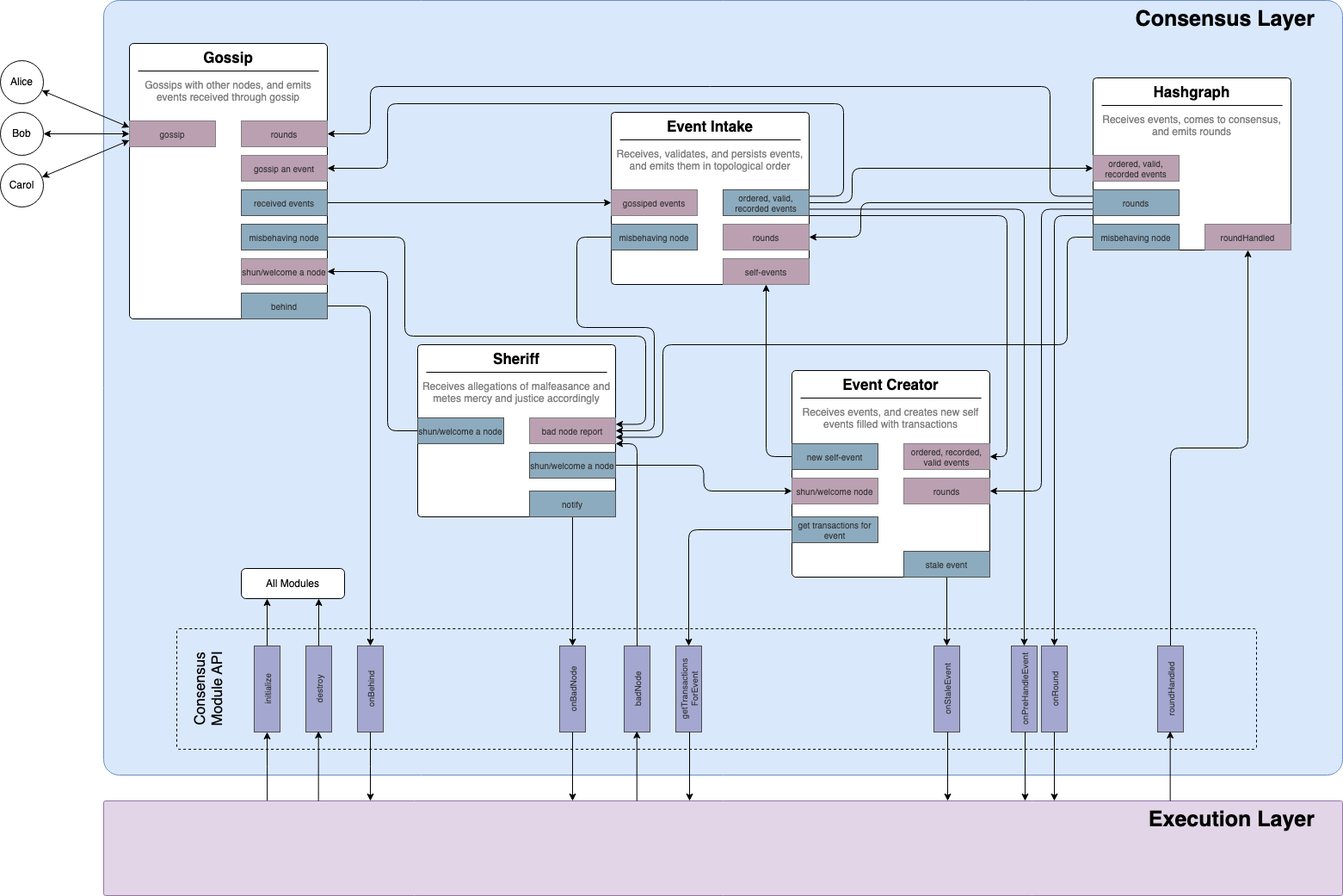
This is platform-sdk/docs/proposals/consensus-layer/consensus-module-arch.png from hashgraph/hedera-services, a draw.io export, as it was before one commit. Source tidied: cells renumbered, new cells last; positions are measured from the earlier drawing's top-left corner, leaving out a move shared by most shapes.
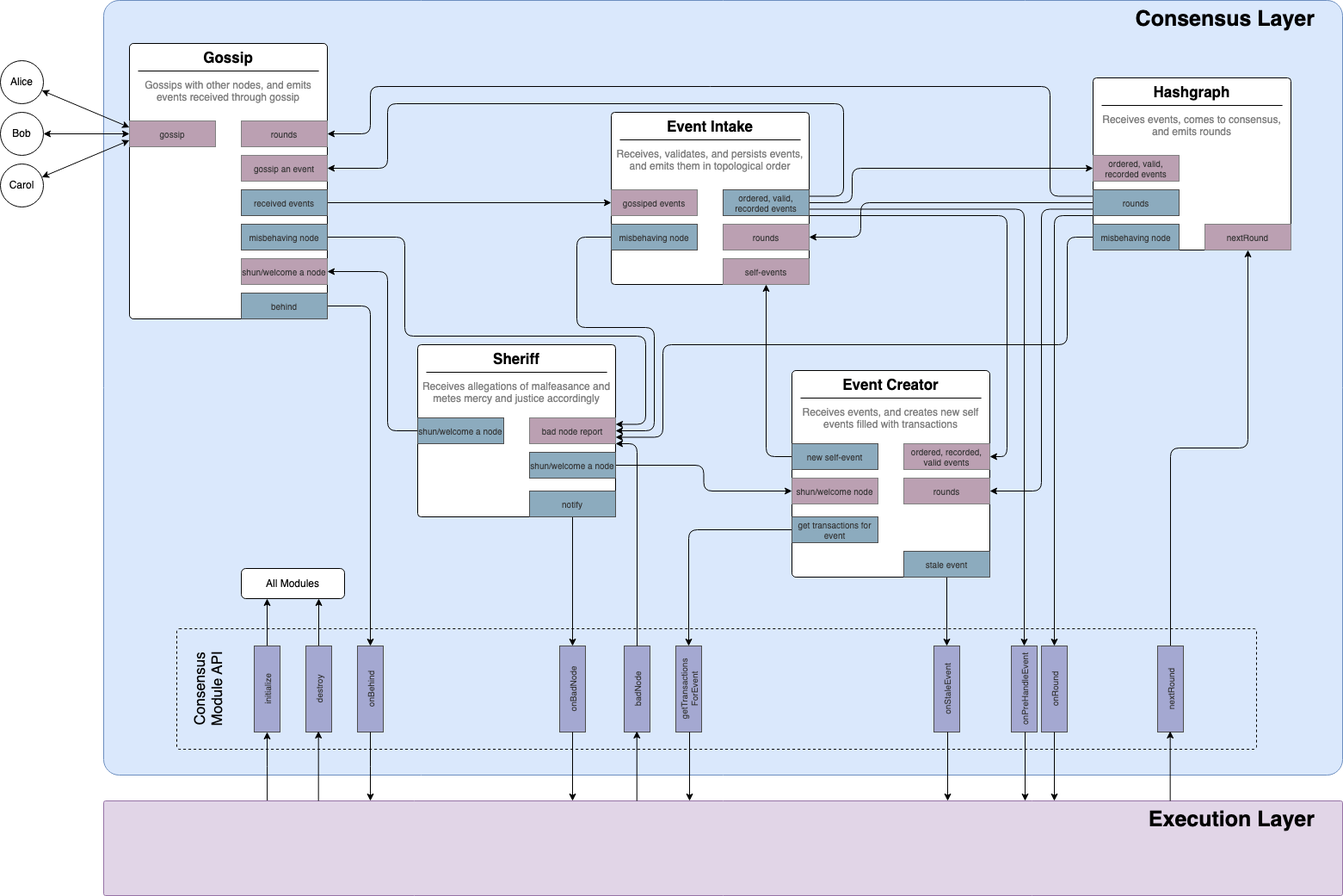
Later version of the same file.

Diff of the diagram source:
```diff
@@ -284,7 +284,7 @@
     <mxCell id="65" style="edgeStyle=orthogonalEdgeStyle;rounded=1;jettySize=auto;html=1;curved=0;exitX=1;exitY=0.5;exitDx=0;exitDy=0;" parent="1" edge="1" source="66" target="90">
       <mxGeometry relative="1" as="geometry" />
     </mxCell>
-    <mxCell id="66" value="roundHandled" style="rounded=0;whiteSpace=wrap;html=1;fontSize=10;fontColor=#333333;strokeColor=#4D4D4D;fillColor=#A4A8D1;rotation=-90;" parent="1" vertex="1">
+    <mxCell id="66" value="nextRound" style="rounded=0;whiteSpace=wrap;html=1;fontSize=10;fontColor=#333333;strokeColor=#4D4D4D;fillColor=#A4A8D1;rotation=-90;" parent="1" vertex="1">
       <mxGeometry x="1310" y="785" width="100" height="30" as="geometry" />
     </mxCell>
     <mxCell id="67" value="onStaleEvent" style="rounded=0;whiteSpace=wrap;html=1;fontSize=10;fontColor=#333333;strokeColor=#4D4D4D;fillColor=#A4A8D1;rotation=-90;" parent="1" vertex="1">
@@ -386,7 +386,7 @@
         <mxPoint x="739.8" y="849" as="targetPoint" />
       </mxGeometry>
     </mxCell>
-    <mxCell id="90" value="roundHandled" style="rounded=0;whiteSpace=wrap;html=1;fontSize=10;fontColor=#333333;strokeColor=#808080;shadow=0;glass=0;align=center;verticalAlign=middle;fontFamily=Helvetica;fillColor=#BBA0B2;" parent="1" vertex="1">
+    <mxCell id="90" value="nextRound" style="rounded=0;whiteSpace=wrap;html=1;fontSize=10;fontColor=#333333;strokeColor=#808080;shadow=0;glass=0;align=center;verticalAlign=middle;fontFamily=Helvetica;fillColor=#BBA0B2;" parent="1" vertex="1">
       <mxGeometry x="1400" y="260" width="100" height="30" as="geometry" />
     </mxCell>
   </root>
```
